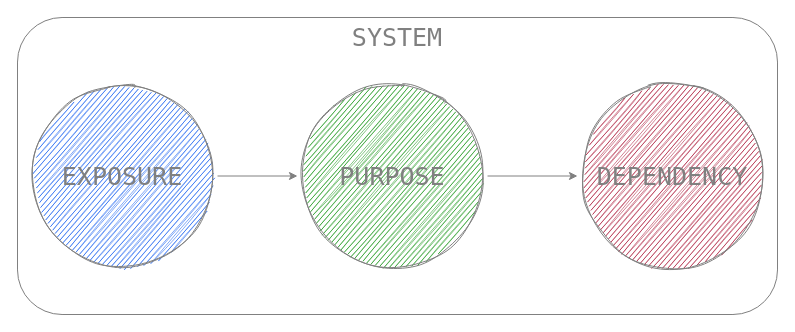
Earlier version of the draw.io diagram page "0.0.2" (1 of 6) of 0. Introduction/Resources/The Theory/The Theory.drawio (hassanhabib/The-Standard-Turkish). Source tidied: cells renumbered, new cells numbered last; positions are measured from the earlier drawing's top-left corner, leaving out a move shared by most shapes. Both pictures are drawn from the tidied source at 100%, with x=0, y=0 at pixel (17, 17).
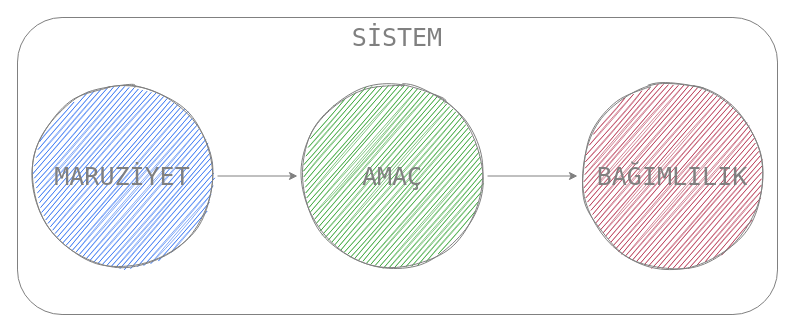
After the change.

Diff of the diagram source:
```diff
@@
 <mxGraphModel>
   <root>
     <mxCell id="0" />
     <mxCell id="1" parent="0" />
     <mxCell id="2" style="rounded=1;whiteSpace=wrap;html=1;fillColor=none;strokeColor=#808080;fontColor=#808080;fontFamily=Lucida Console;fontStyle=0;" parent="1" vertex="1">
       <mxGeometry width="760" height="297" as="geometry" />
     </mxCell>
     <mxCell id="3" style="edgeStyle=orthogonalEdgeStyle;rounded=0;jettySize=auto;html=1;strokeColor=#808080;fontColor=#808080;fontFamily=Lucida Console;fontStyle=0;" parent="1" edge="1" source="4" target="6">
       <mxGeometry relative="1" as="geometry" />
     </mxCell>
-    <mxCell id="4" value="EXPOSURE" style="ellipse;whiteSpace=wrap;html=1;sketch=1;fontFamily=Lucida Console;fontSize=25;fillColor=#0050ef;strokeColor=#808080;fontColor=#808080;fontStyle=0;" parent="1" vertex="1">
+    <mxCell id="4" value="MARUZİYET" style="ellipse;whiteSpace=wrap;html=1;sketch=1;fontFamily=Lucida Console;fontSize=25;fillColor=#0050ef;strokeColor=#808080;fontColor=#808080;fontStyle=0;" parent="1" vertex="1">
       <mxGeometry x="10" y="63.5" width="190" height="190" as="geometry" />
     </mxCell>
     <mxCell id="5" style="edgeStyle=orthogonalEdgeStyle;rounded=0;jettySize=auto;html=1;strokeColor=#808080;fontColor=#808080;fontFamily=Lucida Console;fontStyle=0;" parent="1" edge="1" source="6" target="7">
       <mxGeometry relative="1" as="geometry" />
     </mxCell>
-    <mxCell id="6" value="PURPOSE" style="ellipse;whiteSpace=wrap;html=1;sketch=1;fontFamily=Lucida Console;fontSize=25;fillColor=#008a00;strokeColor=#808080;fontColor=#808080;fontStyle=0;" parent="1" vertex="1">
+    <mxCell id="6" value="AMAÇ" style="ellipse;whiteSpace=wrap;html=1;sketch=1;fontFamily=Lucida Console;fontSize=25;fillColor=#008a00;strokeColor=#808080;fontColor=#808080;fontStyle=0;" parent="1" vertex="1">
       <mxGeometry x="280" y="63.5" width="190" height="190" as="geometry" />
     </mxCell>
-    <mxCell id="7" value="DEPENDENCY" style="ellipse;whiteSpace=wrap;html=1;sketch=1;fontFamily=Lucida Console;fontSize=25;fillColor=#a20025;spacing=2;strokeColor=#808080;fontColor=#808080;fontStyle=0;" parent="1" vertex="1">
+    <mxCell id="7" value="BAĞIMLILIK" style="ellipse;whiteSpace=wrap;html=1;sketch=1;fontFamily=Lucida Console;fontSize=25;fillColor=#a20025;spacing=2;strokeColor=#808080;fontColor=#808080;fontStyle=0;" parent="1" vertex="1">
       <mxGeometry x="560" y="63.5" width="190" height="190" as="geometry" />
     </mxCell>
-    <mxCell id="8" value="SYSTEM" style="text;html=1;fillColor=none;align=center;verticalAlign=middle;whiteSpace=wrap;rounded=0;fontColor=#808080;fontFamily=Lucida Console;fontStyle=0;fontSize=25;" parent="1" vertex="1">
+    <mxCell id="8" value="SİSTEM" style="text;html=1;fillColor=none;align=center;verticalAlign=middle;whiteSpace=wrap;rounded=0;fontColor=#808080;fontFamily=Lucida Console;fontStyle=0;fontSize=25;" parent="1" vertex="1">
       <mxGeometry x="360" y="10" width="40" height="20" as="geometry" />
     </mxCell>
   </root>
 </mxGraphModel>
```
